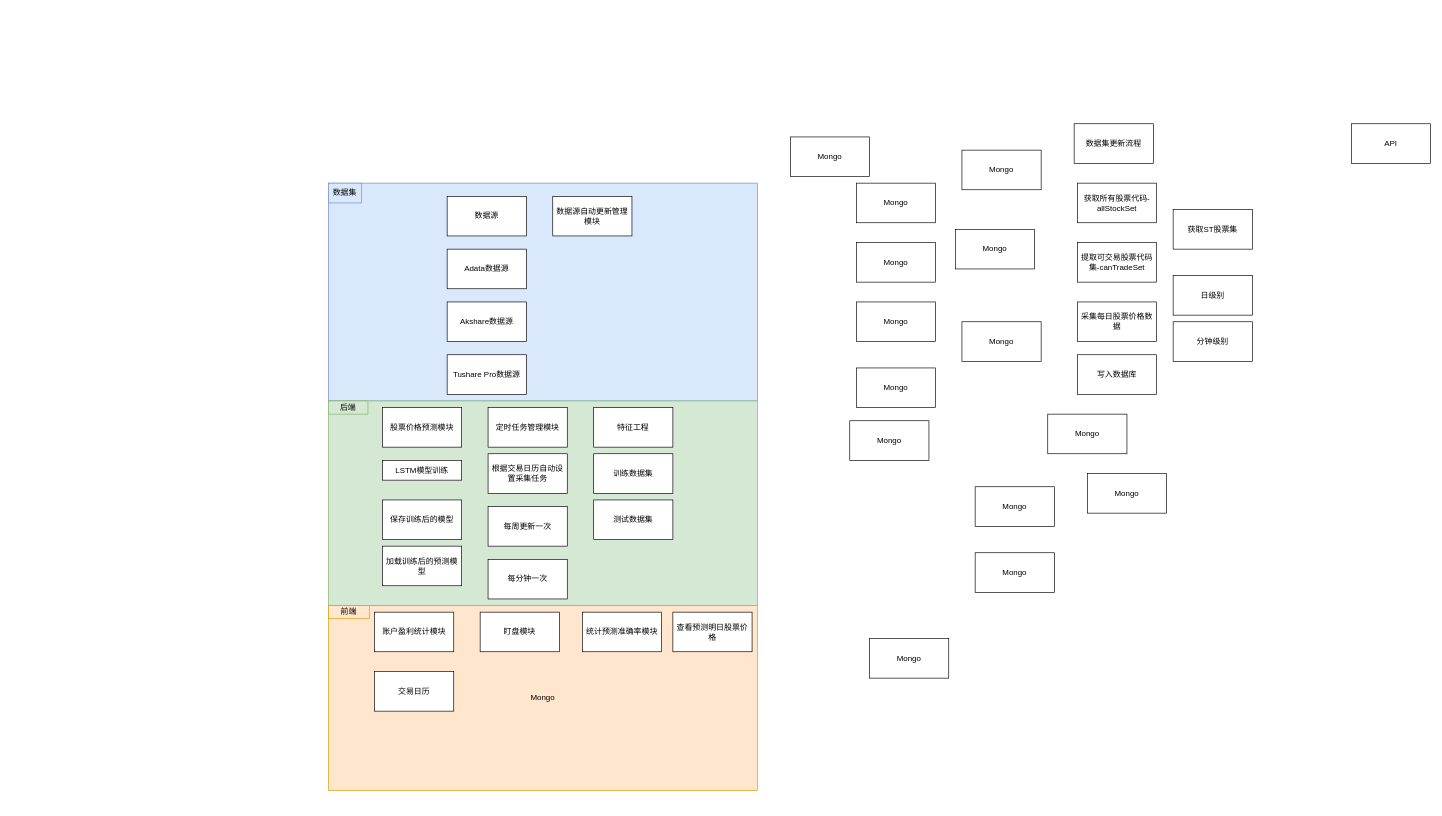
This is Untitled Diagram.drawio from shower2013/AICDA, a draw.io file, before an edit. Source tidied: cells renumbered, new cells numbered last; positions are measured from the earlier drawing's top-left corner, leaving out a move shared by most shapes. Both pictures are drawn from the tidied source at 66%, with x=0, y=0 at pixel (328, 123).
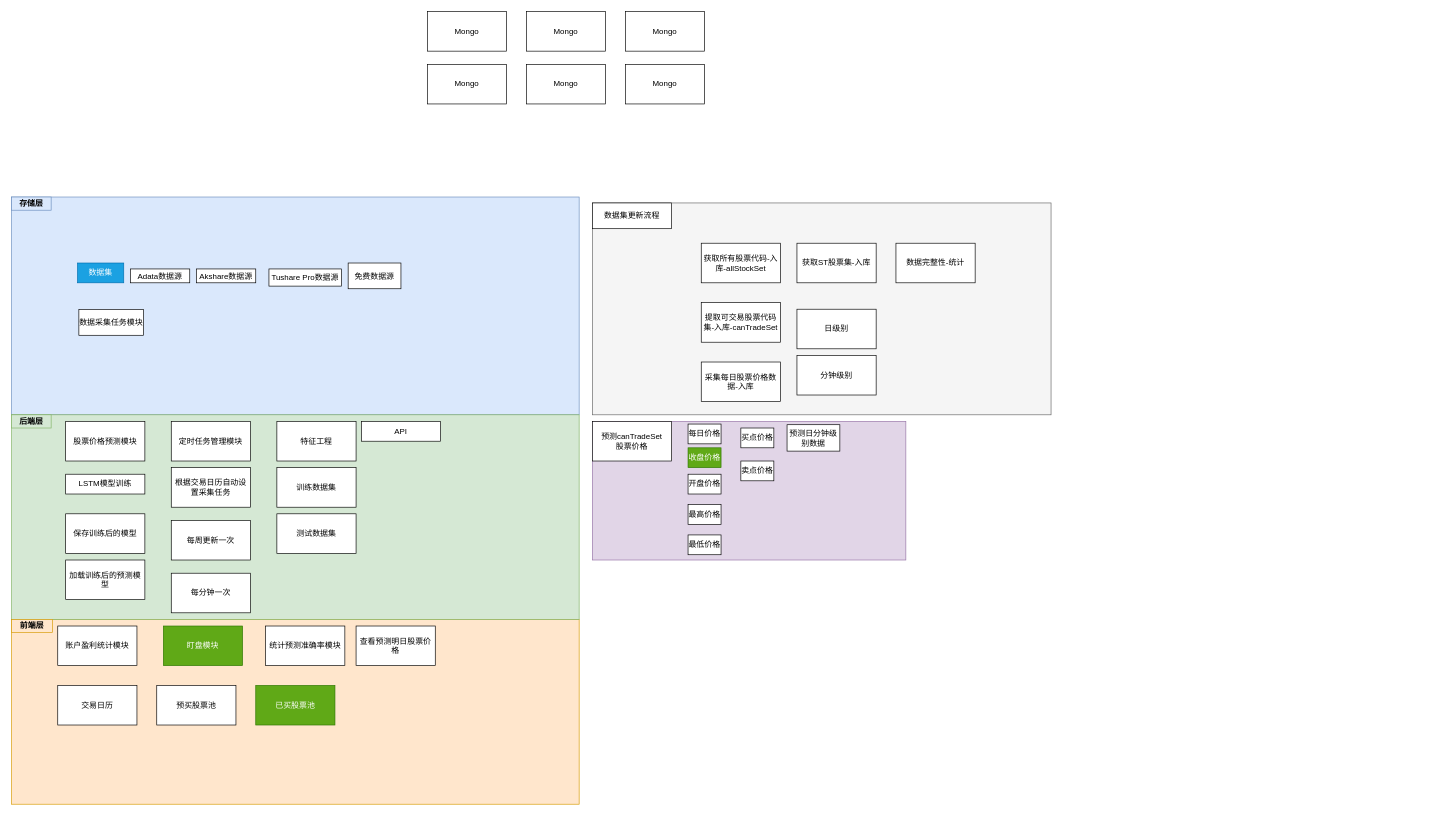
The same diagram, later.

The edit, as a diff of the source:
```diff
@@
+    <mxCell id="24" style="rounded=0;whiteSpace=wrap;html=1;fillColor=#e1d5e7;strokeColor=#9673a6;" parent="1" vertex="1">
+      <mxGeometry x="400" y="451" width="475" height="210" as="geometry" />
+    </mxCell>
     <mxCell id="2" style="rounded=0;whiteSpace=wrap;html=1;fillColor=#dae8fc;strokeColor=#6c8ebf;" parent="1" vertex="1">
-      <mxGeometry y="90" width="650" height="330" as="geometry" />
+      <mxGeometry x="-480" y="111" width="860" height="330" as="geometry" />
     </mxCell>
-    <mxCell id="3" value="Mongo" style="rounded=0;whiteSpace=wrap;html=1;fillColor=#ffe6cc;strokeColor=#d79b00;" parent="1" vertex="1">
-      <mxGeometry y="730" width="650" height="280" as="geometry" />
+    <mxCell id="3" style="rounded=0;whiteSpace=wrap;html=1;fillColor=#ffe6cc;strokeColor=#d79b00;" parent="1" vertex="1">
+      <mxGeometry x="-480" y="751" width="860" height="280" as="geometry" />
     </mxCell>
     <mxCell id="4" style="rounded=0;whiteSpace=wrap;html=1;fillColor=#d5e8d4;strokeColor=#82b366;" parent="1" vertex="1">
-      <mxGeometry y="420" width="650" height="310" as="geometry" />
+      <mxGeometry x="-480" y="441" width="860" height="310" as="geometry" />
     </mxCell>
-    <mxCell id="5" value="后端" style="rounded=0;whiteSpace=wrap;html=1;fillColor=#d5e8d4;strokeColor=#82b366;" parent="1" vertex="1">
-      <mxGeometry y="420" width="60" height="20" as="geometry" />
+    <mxCell id="5" value="后端层" style="rounded=0;whiteSpace=wrap;html=1;fillColor=#d5e8d4;strokeColor=#82b366;fontStyle=1;" parent="1" vertex="1">
+      <mxGeometry x="-480" y="441" width="60" height="20" as="geometry" />
     </mxCell>
-    <mxCell id="6" value="数据集" style="rounded=0;whiteSpace=wrap;html=1;fillColor=#dae8fc;strokeColor=#6c8ebf;" parent="1" vertex="1">
-      <mxGeometry y="90" width="50" height="30" as="geometry" />
+    <mxCell id="6" value="数据集" style="rounded=0;whiteSpace=wrap;html=1;fillColor=#1ba1e2;strokeColor=#006EAF;fontColor=#ffffff;" parent="1" vertex="1">
+      <mxGeometry x="-380" y="211" width="70" height="30" as="geometry" />
     </mxCell>
-    <mxCell id="7" value="数据源" style="rounded=0;whiteSpace=wrap;html=1;" parent="1" vertex="1">
-      <mxGeometry x="180" y="110" width="120" height="60" as="geometry" />
+    <mxCell id="7" value="免费数据源" style="rounded=0;whiteSpace=wrap;html=1;" parent="1" vertex="1">
+      <mxGeometry x="30" y="211" width="80" height="39" as="geometry" />
     </mxCell>
     <mxCell id="8" value="Akshare数据源" style="rounded=0;whiteSpace=wrap;html=1;" parent="1" vertex="1">
-      <mxGeometry x="180" y="270" width="120" height="60" as="geometry" />
+      <mxGeometry x="-200" y="220" width="90" height="21" as="geometry" />
     </mxCell>
     <mxCell id="9" value="测试数据集" style="rounded=0;whiteSpace=wrap;html=1;" parent="1" vertex="1">
-      <mxGeometry x="402" y="570" width="120" height="60" as="geometry" />
+      <mxGeometry x="-78" y="591" width="120" height="60" as="geometry" />
     </mxCell>
     <mxCell id="10" value="保存训练后的模型" style="rounded=0;whiteSpace=wrap;html=1;" parent="1" vertex="1">
-      <mxGeometry x="82" y="570" width="120" height="60" as="geometry" />
+      <mxGeometry x="-398" y="591" width="120" height="60" as="geometry" />
     </mxCell>
-    <mxCell id="11" value="Mongo" style="rounded=0;whiteSpace=wrap;html=1;" parent="1" vertex="1">
-      <mxGeometry x="820" y="780" width="120" height="60" as="geometry" />
+    <mxCell id="11" style="rounded=0;whiteSpace=wrap;html=1;fillColor=#f5f5f5;fontColor=#333333;strokeColor=#666666;" parent="1" vertex="1">
+      <mxGeometry x="400" y="120" width="695" height="321" as="geometry" />
     </mxCell>
     <mxCell id="12" value="加载训练后的预测模型" style="rounded=0;whiteSpace=wrap;html=1;" parent="1" vertex="1">
-      <mxGeometry x="82" y="640" width="120" height="60" as="geometry" />
+      <mxGeometry x="-398" y="661" width="120" height="60" as="geometry" />
     </mxCell>
     <mxCell id="13" value="LSTM模型训练" style="rounded=0;whiteSpace=wrap;html=1;" parent="1" vertex="1">
-      <mxGeometry x="82" y="510" width="120" height="30" as="geometry" />
+      <mxGeometry x="-398" y="531" width="120" height="30" as="geometry" />
     </mxCell>
     <mxCell id="14" value="统计预测准确率模块" style="rounded=0;whiteSpace=wrap;html=1;" parent="1" vertex="1">
-      <mxGeometry x="385" y="740" width="120" height="60" as="geometry" />
+      <mxGeometry x="-95" y="761" width="120" height="60" as="geometry" />
     </mxCell>
     <mxCell id="15" value="训练数据集" style="rounded=0;whiteSpace=wrap;html=1;" parent="1" vertex="1">
-      <mxGeometry x="402" y="500" width="120" height="60" as="geometry" />
+      <mxGeometry x="-78" y="521" width="120" height="60" as="geometry" />
     </mxCell>
     <mxCell id="16" value="每分钟一次" style="rounded=0;whiteSpace=wrap;html=1;" parent="1" vertex="1">
-      <mxGeometry x="242" y="660" width="120" height="60" as="geometry" />
+      <mxGeometry x="-238" y="681" width="120" height="60" as="geometry" />
     </mxCell>
     <mxCell id="17" value="Adata数据源" style="rounded=0;whiteSpace=wrap;html=1;" parent="1" vertex="1">
-      <mxGeometry x="180" y="190" width="120" height="60" as="geometry" />
+      <mxGeometry x="-300" y="220" width="90" height="21" as="geometry" />
     </mxCell>
     <mxCell id="18" value="Tushare Pro数据源" style="rounded=0;whiteSpace=wrap;html=1;" parent="1" vertex="1">
-      <mxGeometry x="180" y="350" width="120" height="60" as="geometry" />
+      <mxGeometry x="-90" y="220" width="110" height="26" as="geometry" />
     </mxCell>
-    <mxCell id="19" value="Mongo" style="rounded=0;whiteSpace=wrap;html=1;" parent="1" vertex="1">
-      <mxGeometry x="960" y="40" width="120" height="60" as="geometry" />
+    <mxCell id="19" value="已买股票池" style="rounded=0;whiteSpace=wrap;html=1;fillColor=#60a917;fontColor=#ffffff;strokeColor=#2D7600;" parent="1" vertex="1">
+      <mxGeometry x="-110" y="851" width="120" height="60" as="geometry" />
     </mxCell>
     <mxCell id="20" value="查看预测明日股票价格" style="rounded=0;whiteSpace=wrap;html=1;" parent="1" vertex="1">
-      <mxGeometry x="522" y="740" width="120" height="60" as="geometry" />
+      <mxGeometry x="42" y="761" width="120" height="60" as="geometry" />
     </mxCell>
-    <mxCell id="21" value="Mongo" style="rounded=0;whiteSpace=wrap;html=1;" parent="1" vertex="1">
-      <mxGeometry x="980" y="650" width="120" height="60" as="geometry" />
+    <mxCell id="21" value="卖点价格" style="rounded=0;whiteSpace=wrap;html=1;" parent="1" vertex="1">
+      <mxGeometry x="625" y="511" width="50" height="30" as="geometry" />
     </mxCell>
     <mxCell id="22" value="定时任务管理模块" style="rounded=0;whiteSpace=wrap;html=1;" parent="1" vertex="1">
-      <mxGeometry x="242" y="430" width="120" height="60" as="geometry" />
+      <mxGeometry x="-238" y="451" width="120" height="60" as="geometry" />
     </mxCell>
-    <mxCell id="23" value="Mongo" style="rounded=0;whiteSpace=wrap;html=1;" parent="1" vertex="1">
-      <mxGeometry x="1150" y="530" width="120" height="60" as="geometry" />
+    <mxCell id="23" value="预测canTradeSet&lt;div&gt;股票价格&lt;/div&gt;" style="rounded=0;whiteSpace=wrap;html=1;" parent="1" vertex="1">
+      <mxGeometry x="400" y="451" width="120" height="60" as="geometry" />
     </mxCell>
-    <mxCell id="24" value="Mongo" style="rounded=0;whiteSpace=wrap;html=1;" parent="1" vertex="1">
-      <mxGeometry x="1090" y="440" width="120" height="60" as="geometry" />
-    </mxCell>
     <mxCell id="25" value="Mongo" style="rounded=0;whiteSpace=wrap;html=1;" parent="1" vertex="1">
-      <mxGeometry x="700" y="20" width="120" height="60" as="geometry" />
+      <mxGeometry x="150" y="-170" width="120" height="60" as="geometry" />
     </mxCell>
-    <mxCell id="26" value="Mongo" style="rounded=0;whiteSpace=wrap;html=1;" parent="1" vertex="1">
-      <mxGeometry x="960" y="300" width="120" height="60" as="geometry" />
+    <mxCell id="26" value="预测日分钟级别数据" style="rounded=0;whiteSpace=wrap;html=1;" parent="1" vertex="1">
+      <mxGeometry x="695" y="456" width="80" height="40" as="geometry" />
     </mxCell>
-    <mxCell id="27" value="Mongo" style="rounded=0;whiteSpace=wrap;html=1;" parent="1" vertex="1">
-      <mxGeometry x="950" y="160" width="120" height="60" as="geometry" />
+    <mxCell id="27" value="预买股票池" style="rounded=0;whiteSpace=wrap;html=1;" parent="1" vertex="1">
+      <mxGeometry x="-260" y="851" width="120" height="60" as="geometry" />
     </mxCell>
     <mxCell id="28" value="Mongo" style="rounded=0;whiteSpace=wrap;html=1;" parent="1" vertex="1">
-      <mxGeometry x="800" y="90" width="120" height="60" as="geometry" />
+      <mxGeometry x="150" y="-90" width="120" height="60" as="geometry" />
     </mxCell>
     <mxCell id="29" value="每周更新一次" style="rounded=0;whiteSpace=wrap;html=1;" parent="1" vertex="1">
-      <mxGeometry x="242" y="580" width="120" height="60" as="geometry" />
+      <mxGeometry x="-238" y="601" width="120" height="60" as="geometry" />
     </mxCell>
     <mxCell id="30" value="特征工程" style="rounded=0;whiteSpace=wrap;html=1;" parent="1" vertex="1">
-      <mxGeometry x="402" y="430" width="120" height="60" as="geometry" />
+      <mxGeometry x="-78" y="451" width="120" height="60" as="geometry" />
     </mxCell>
-    <mxCell id="31" value="Mongo" style="rounded=0;whiteSpace=wrap;html=1;" parent="1" vertex="1">
-      <mxGeometry x="980" y="550" width="120" height="60" as="geometry" />
+    <mxCell id="31" value="买点价格" style="rounded=0;whiteSpace=wrap;html=1;" parent="1" vertex="1">
+      <mxGeometry x="625" y="461" width="50" height="30" as="geometry" />
     </mxCell>
     <mxCell id="32" value="Mongo" style="rounded=0;whiteSpace=wrap;html=1;" parent="1" vertex="1">
-      <mxGeometry x="790" y="450" width="120" height="60" as="geometry" />
+      <mxGeometry x="450" y="-90" width="120" height="60" as="geometry" />
     </mxCell>
     <mxCell id="33" value="根据交易日历自动设置采集任务" style="rounded=0;whiteSpace=wrap;html=1;" parent="1" vertex="1">
-      <mxGeometry x="242" y="500" width="120" height="60" as="geometry" />
+      <mxGeometry x="-238" y="521" width="120" height="60" as="geometry" />
     </mxCell>
     <mxCell id="34" value="Mongo" style="rounded=0;whiteSpace=wrap;html=1;" parent="1" vertex="1">
-      <mxGeometry x="800" y="370" width="120" height="60" as="geometry" />
+      <mxGeometry x="450" y="-170" width="120" height="60" as="geometry" />
     </mxCell>
     <mxCell id="35" value="交易日历" style="rounded=0;whiteSpace=wrap;html=1;" parent="1" vertex="1">
-      <mxGeometry x="70" y="830" width="120" height="60" as="geometry" />
+      <mxGeometry x="-410" y="851" width="120" height="60" as="geometry" />
     </mxCell>
     <mxCell id="36" value="Mongo" style="rounded=0;whiteSpace=wrap;html=1;" parent="1" vertex="1">
-      <mxGeometry x="800" y="270" width="120" height="60" as="geometry" />
+      <mxGeometry x="300" y="-90" width="120" height="60" as="geometry" />
     </mxCell>
-    <mxCell id="37" value="写入数据库" style="rounded=0;whiteSpace=wrap;html=1;" parent="1" vertex="1">
-      <mxGeometry x="1135" y="350" width="120" height="60" as="geometry" />
+    <mxCell id="37" value="数据完整性-统计" style="rounded=0;whiteSpace=wrap;html=1;" parent="1" vertex="1">
+      <mxGeometry x="860" y="181" width="120" height="60" as="geometry" />
     </mxCell>
     <mxCell id="38" value="Mongo" style="rounded=0;whiteSpace=wrap;html=1;" parent="1" vertex="1">
-      <mxGeometry x="800" y="180" width="120" height="60" as="geometry" />
+      <mxGeometry x="300" y="-170" width="120" height="60" as="geometry" />
     </mxCell>
     <mxCell id="39" value="分钟级别" style="rounded=0;whiteSpace=wrap;html=1;" parent="1" vertex="1">
-      <mxGeometry x="1280" y="300" width="120" height="60" as="geometry" />
+      <mxGeometry x="710" y="351" width="120" height="60" as="geometry" />
     </mxCell>
-    <mxCell id="40" value="获取所有股票代码-allStockSet" style="rounded=0;whiteSpace=wrap;html=1;" parent="1" vertex="1">
-      <mxGeometry x="1135" y="90" width="120" height="60" as="geometry" />
+    <mxCell id="40" value="获取所有股票代码-入库-allStockSet" style="rounded=0;whiteSpace=wrap;html=1;" parent="1" vertex="1">
+      <mxGeometry x="565" y="181" width="120" height="60" as="geometry" />
     </mxCell>
-    <mxCell id="41" value="前端" style="rounded=0;whiteSpace=wrap;html=1;fillColor=#ffe6cc;strokeColor=#d79b00;" parent="1" vertex="1">
-      <mxGeometry y="730" width="62" height="20" as="geometry" />
+    <mxCell id="41" value="前端层" style="rounded=0;whiteSpace=wrap;html=1;fillColor=#ffe6cc;strokeColor=#d79b00;fontStyle=1;" parent="1" vertex="1">
+      <mxGeometry x="-480" y="751" width="62" height="20" as="geometry" />
     </mxCell>
     <mxCell id="42" value="数据集更新流程" style="rounded=0;whiteSpace=wrap;html=1;" parent="1" vertex="1">
-      <mxGeometry x="1130" width="120" height="60" as="geometry" />
+      <mxGeometry x="400" y="120" width="120" height="39" as="geometry" />
     </mxCell>
     <mxCell id="43" value="API" style="rounded=0;whiteSpace=wrap;html=1;" parent="1" vertex="1">
-      <mxGeometry x="1550" width="120" height="60" as="geometry" />
+      <mxGeometry x="50" y="451" width="120" height="30" as="geometry" />
     </mxCell>
     <mxCell id="44" value="日级别" style="rounded=0;whiteSpace=wrap;html=1;" parent="1" vertex="1">
-      <mxGeometry x="1280" y="230" width="120" height="60" as="geometry" />
+      <mxGeometry x="710" y="281" width="120" height="60" as="geometry" />
     </mxCell>
     <mxCell id="45" value="账户盈利统计模块" style="rounded=0;whiteSpace=wrap;html=1;" parent="1" vertex="1">
-      <mxGeometry x="70" y="740" width="120" height="60" as="geometry" />
+      <mxGeometry x="-410" y="761" width="120" height="60" as="geometry" />
     </mxCell>
-    <mxCell id="46" value="采集每日股票价格数据" style="rounded=0;whiteSpace=wrap;html=1;" parent="1" vertex="1">
-      <mxGeometry x="1135" y="270" width="120" height="60" as="geometry" />
+    <mxCell id="46" value="采集每日股票价格数据-入库" style="rounded=0;whiteSpace=wrap;html=1;" parent="1" vertex="1">
+      <mxGeometry x="565" y="361" width="120" height="60" as="geometry" />
     </mxCell>
-    <mxCell id="47" value="盯盘模块" style="rounded=0;whiteSpace=wrap;html=1;" parent="1" vertex="1">
-      <mxGeometry x="230" y="740" width="120" height="60" as="geometry" />
+    <mxCell id="47" value="盯盘模块" style="rounded=0;whiteSpace=wrap;html=1;fillColor=#60a917;fontColor=#ffffff;strokeColor=#2D7600;" parent="1" vertex="1">
+      <mxGeometry x="-250" y="761" width="120" height="60" as="geometry" />
     </mxCell>
-    <mxCell id="48" value="获取ST股票集" style="rounded=0;whiteSpace=wrap;html=1;" parent="1" vertex="1">
-      <mxGeometry x="1280" y="130" width="120" height="60" as="geometry" />
+    <mxCell id="48" value="获取ST股票集-入库" style="rounded=0;whiteSpace=wrap;html=1;" parent="1" vertex="1">
+      <mxGeometry x="710" y="181" width="120" height="60" as="geometry" />
     </mxCell>
-    <mxCell id="49" value="数据源自动更新管理模块" style="rounded=0;whiteSpace=wrap;html=1;" parent="1" vertex="1">
-      <mxGeometry x="340" y="110" width="120" height="60" as="geometry" />
+    <mxCell id="49" value="数据采集任务模块" style="rounded=0;whiteSpace=wrap;html=1;" parent="1" vertex="1">
+      <mxGeometry x="-378" y="281.5" width="98" height="39" as="geometry" />
     </mxCell>
-    <mxCell id="50" value="提取可交易股票代码集-canTradeSet" style="rounded=0;whiteSpace=wrap;html=1;" parent="1" vertex="1">
-      <mxGeometry x="1135" y="180" width="120" height="60" as="geometry" />
+    <mxCell id="50" value="提取可交易股票代码集-入库-canTradeSet" style="rounded=0;whiteSpace=wrap;html=1;" parent="1" vertex="1">
+      <mxGeometry x="565" y="271" width="120" height="60" as="geometry" />
     </mxCell>
     <mxCell id="51" value="股票价格预测模块" style="rounded=0;whiteSpace=wrap;html=1;" parent="1" vertex="1">
-      <mxGeometry x="82" y="430" width="120" height="60" as="geometry" />
+      <mxGeometry x="-398" y="451" width="120" height="60" as="geometry" />
     </mxCell>
+    <mxCell id="52" value="每日价格" style="rounded=0;whiteSpace=wrap;html=1;" parent="1" vertex="1">
+      <mxGeometry x="545" y="455" width="50" height="30" as="geometry" />
+    </mxCell>
+    <mxCell id="53" value="收盘价格" style="rounded=0;whiteSpace=wrap;html=1;fillColor=#60a917;fontColor=#ffffff;strokeColor=#2D7600;" parent="1" vertex="1">
+      <mxGeometry x="545" y="491" width="50" height="30" as="geometry" />
+    </mxCell>
+    <mxCell id="54" value="开盘价格" style="rounded=0;whiteSpace=wrap;html=1;" parent="1" vertex="1">
+      <mxGeometry x="545" y="531" width="50" height="30" as="geometry" />
+    </mxCell>
+    <mxCell id="55" value="最高价格" style="rounded=0;whiteSpace=wrap;html=1;" parent="1" vertex="1">
+      <mxGeometry x="545" y="577" width="50" height="30" as="geometry" />
+    </mxCell>
+    <mxCell id="56" value="最低价格" style="rounded=0;whiteSpace=wrap;html=1;" parent="1" vertex="1">
+      <mxGeometry x="545" y="623" width="50" height="30" as="geometry" />
+    </mxCell>
+    <mxCell id="57" value="存储层" style="rounded=0;whiteSpace=wrap;html=1;fillColor=#dae8fc;strokeColor=#6c8ebf;fontStyle=1;" parent="1" vertex="1">
+      <mxGeometry x="-480" y="111" width="60" height="20" as="geometry" />
+    </mxCell>
```
